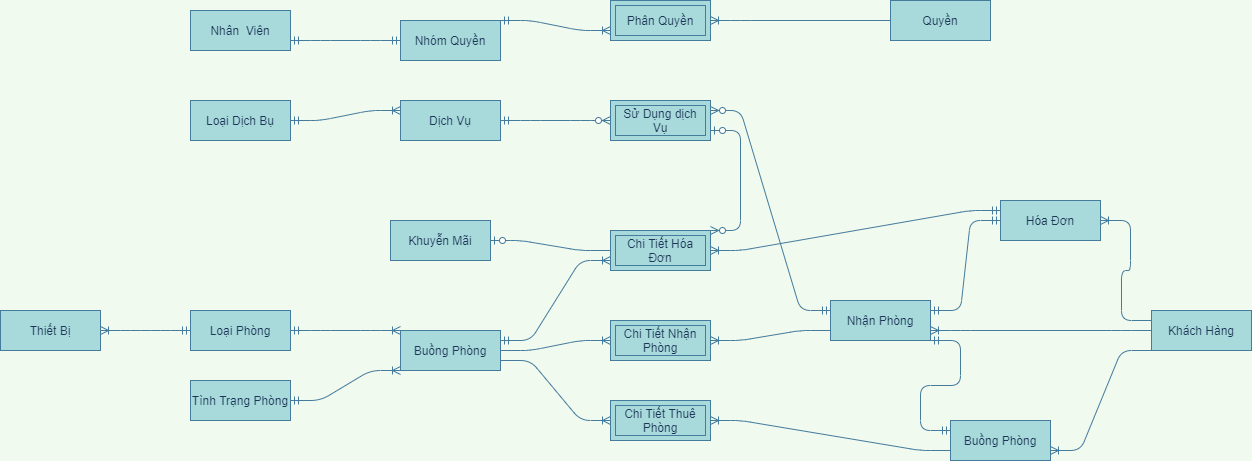
This is EntityRelationship-QLKS.png from maialino123/QLKS, a draw.io export, as it was before one commit. Source tidied: cells renumbered, new cells last; positions are measured from the earlier drawing's top-left corner, leaving out a move shared by most shapes.
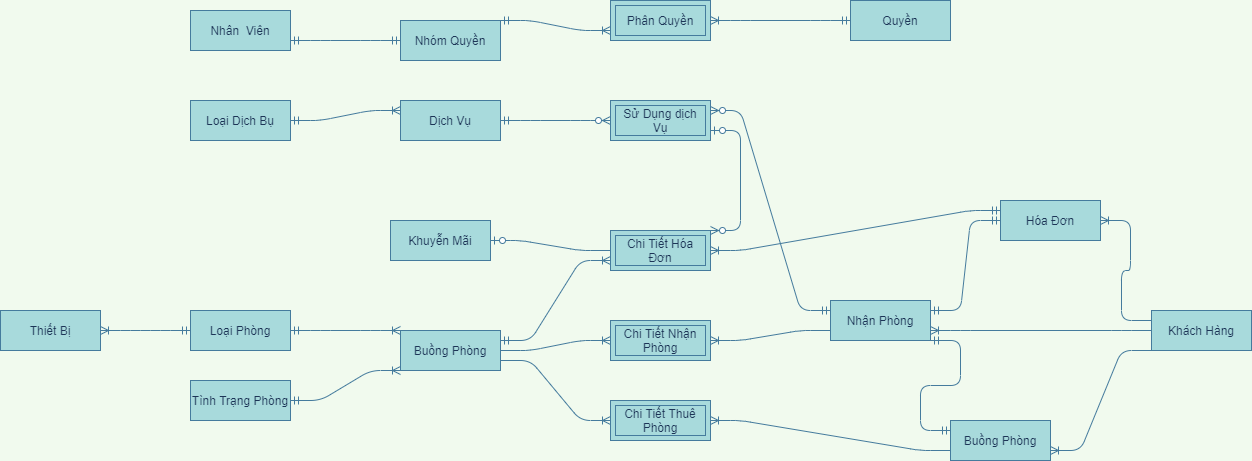
After the commit.

What changed in the source:
```diff
@@ -71,7 +71,7 @@
     <mxCell id="24" style="edgeStyle=entityRelationEdgeStyle;fontSize=12;html=1;endArrow=ERzeroToMany;startArrow=ERzeroToOne;strokeColor=#457B9D;fillColor=#A8DADC;exitX=1;exitY=0.75;exitDx=0;exitDy=0;entryX=1;entryY=0;entryDx=0;entryDy=0;" parent="1" edge="1" source="21" target="15">
       <mxGeometry relative="1" as="geometry" />
     </mxCell>
-    <mxCell id="25" style="edgeStyle=entityRelationEdgeStyle;fontSize=12;html=1;endArrow=ERoneToMany;startArrow=ERmandOne;labelBackgroundColor=#F1FAEE;strokeColor=#457B9D;fontColor=#1D3557;entryX=1;entryY=0.5;entryDx=0;entryDy=0;exitX=1;exitY=0.5;exitDx=0;exitDy=0;" parent="1" edge="1" source="30" target="26">
+    <mxCell id="25" style="edgeStyle=entityRelationEdgeStyle;fontSize=12;html=1;endArrow=ERoneToMany;startArrow=ERmandOne;labelBackgroundColor=#F1FAEE;strokeColor=#457B9D;fontColor=#1D3557;entryX=1;entryY=0.5;entryDx=0;entryDy=0;exitX=0;exitY=0.5;exitDx=0;exitDy=0;" parent="1" edge="1" source="30" target="26">
       <mxGeometry relative="1" as="geometry" />
     </mxCell>
     <mxCell id="26" value="Phân Quyền" style="shape=ext;margin=3;double=1;whiteSpace=wrap;html=1;align=center;strokeColor=#457B9D;fillColor=#A8DADC;fontColor=#1D3557;" parent="1" vertex="1">
@@ -87,7 +87,7 @@
       <mxGeometry x="400" y="20" width="100" height="40" as="geometry" />
     </mxCell>
     <mxCell id="30" value="Quyền" style="whiteSpace=wrap;html=1;align=center;rounded=0;sketch=0;strokeColor=#457B9D;fillColor=#A8DADC;fontColor=#1D3557;" parent="1" vertex="1">
-      <mxGeometry x="890" width="100" height="40" as="geometry" />
+      <mxGeometry x="850" width="100" height="40" as="geometry" />
     </mxCell>
     <mxCell id="31" value="Nhân&amp;nbsp; Viên" style="whiteSpace=wrap;html=1;align=center;rounded=0;sketch=0;strokeColor=#457B9D;fillColor=#A8DADC;fontColor=#1D3557;" parent="1" vertex="1">
       <mxGeometry x="190" y="10" width="100" height="40" as="geometry" />
```
